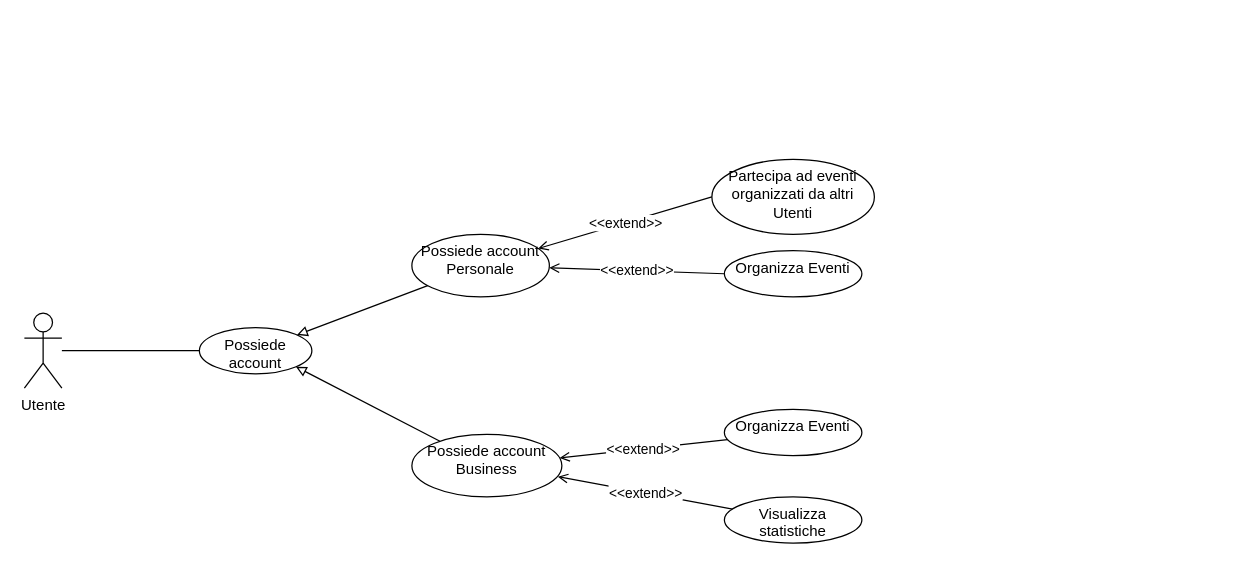
Earlier version of the draw.io diagram UseCase/RF01_Account/Account.drawio (4spot-team/documentation). Source tidied: cells renumbered, new cells numbered last; positions are measured from the earlier drawing's top-left corner, leaving out a move shared by most shapes. Both pictures are drawn from the tidied source at 125%, with x=0, y=0 at pixel (24, 159).
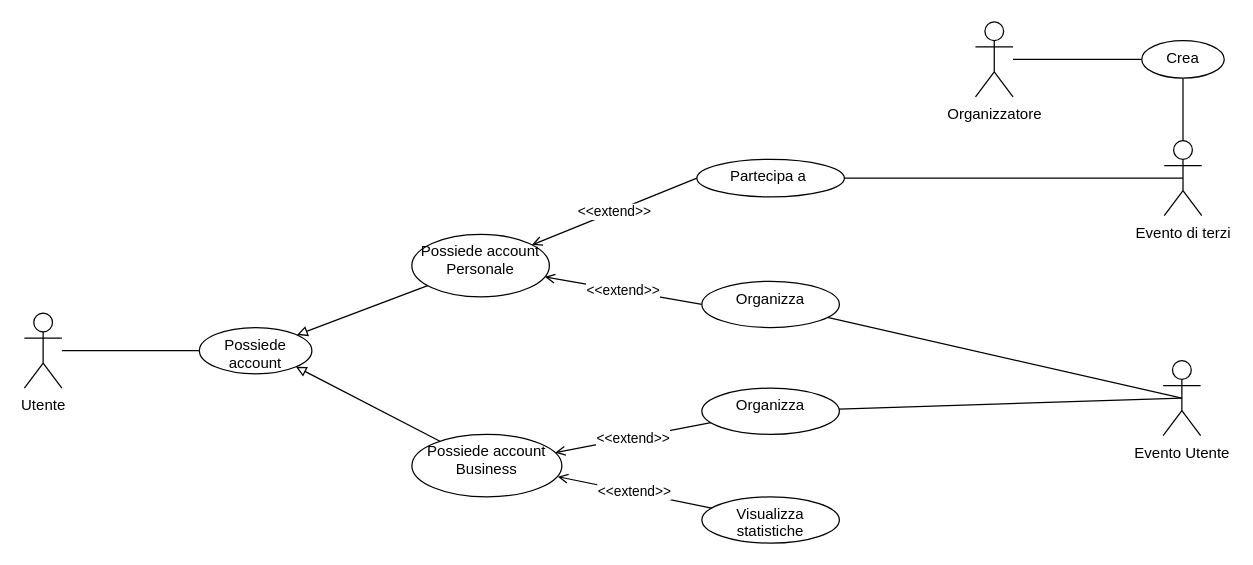
After the change.

What changed in the source:
```diff
@@
+    <mxCell id="17" style="rounded=0;jettySize=auto;html=1;endArrow=none;endFill=0;entryX=0.5;entryY=0.5;entryDx=0;entryDy=0;entryPerimeter=0;" parent="1" edge="1" source="11" target="20">
+      <mxGeometry relative="1" as="geometry" />
+    </mxCell>
-    <mxCell id="11" value="Organizza Eventi" style="ellipse;whiteSpace=wrap;html=1;verticalAlign=top;" parent="1" vertex="1">
-      <mxGeometry x="560" y="73" width="110" height="37" as="geometry" />
+    <mxCell id="11" value="Organizza" style="ellipse;whiteSpace=wrap;html=1;verticalAlign=top;" parent="1" vertex="1">
+      <mxGeometry x="542" y="97.5" width="110" height="37" as="geometry" />
     </mxCell>
+    <mxCell id="18" style="edgeStyle=none;rounded=0;jettySize=auto;html=1;entryX=0.5;entryY=0.5;entryDx=0;entryDy=0;entryPerimeter=0;endArrow=none;endFill=0;exitX=1;exitY=0.5;exitDx=0;exitDy=0;" parent="1" edge="1" source="12" target="23">
+      <mxGeometry relative="1" as="geometry" />
+    </mxCell>
-    <mxCell id="12" value="Partecipa ad eventi organizzati da altri Utenti" style="ellipse;whiteSpace=wrap;html=1;verticalAlign=top;" parent="1" vertex="1">
-      <mxGeometry x="550" width="130" height="60" as="geometry" />
+    <mxCell id="12" value="Partecipa a&amp;nbsp;" style="ellipse;whiteSpace=wrap;html=1;verticalAlign=top;" parent="1" vertex="1">
+      <mxGeometry x="538" width="118" height="30" as="geometry" />
     </mxCell>
@@
+    <mxCell id="19" style="edgeStyle=none;rounded=0;jettySize=auto;html=1;endArrow=none;endFill=0;entryX=0.5;entryY=0.5;entryDx=0;entryDy=0;entryPerimeter=0;" parent="1" edge="1" source="14" target="20">
+      <mxGeometry relative="1" as="geometry" />
+    </mxCell>
-    <mxCell id="14" value="Organizza Eventi" style="ellipse;whiteSpace=wrap;html=1;verticalAlign=top;" parent="1" vertex="1">
-      <mxGeometry x="560" y="200" width="110" height="37" as="geometry" />
+    <mxCell id="14" value="Organizza" style="ellipse;whiteSpace=wrap;html=1;verticalAlign=top;" parent="1" vertex="1">
+      <mxGeometry x="542" y="183" width="110" height="37" as="geometry" />
     </mxCell>
@@
     <mxCell id="16" value="Visualizza statistiche" style="ellipse;whiteSpace=wrap;html=1;verticalAlign=top;" parent="1" vertex="1">
-      <mxGeometry x="560" y="270" width="110" height="37" as="geometry" />
+      <mxGeometry x="542" y="270" width="110" height="37" as="geometry" />
     </mxCell>
+    <mxCell id="20" value="Evento Utente" style="shape=umlActor;verticalLabelPosition=bottom;verticalAlign=top;html=1;" parent="1" vertex="1">
+      <mxGeometry x="911" y="161" width="30" height="60" as="geometry" />
+    </mxCell>
+    <mxCell id="21" style="edgeStyle=none;rounded=0;jettySize=auto;html=1;endArrow=none;endFill=0;" parent="1" edge="1" source="22" target="25">
+      <mxGeometry relative="1" as="geometry" />
+    </mxCell>
+    <mxCell id="22" value="Organizzatore" style="shape=umlActor;verticalLabelPosition=bottom;verticalAlign=top;html=1;" parent="1" vertex="1">
+      <mxGeometry x="760.9" y="-110" width="30" height="60" as="geometry" />
+    </mxCell>
+    <mxCell id="23" value="Evento di terzi" style="shape=umlActor;verticalLabelPosition=bottom;verticalAlign=top;html=1;" parent="1" vertex="1">
+      <mxGeometry x="911.9" y="-15" width="30" height="60" as="geometry" />
+    </mxCell>
+    <mxCell id="24" style="edgeStyle=none;rounded=0;jettySize=auto;html=1;endArrow=none;endFill=0;" parent="1" edge="1" source="25" target="23">
+      <mxGeometry relative="1" as="geometry" />
+    </mxCell>
+    <mxCell id="25" value="Crea" style="ellipse;whiteSpace=wrap;html=1;verticalAlign=top;" parent="1" vertex="1">
+      <mxGeometry x="893.9" y="-95" width="66" height="30" as="geometry" />
+    </mxCell>
```
